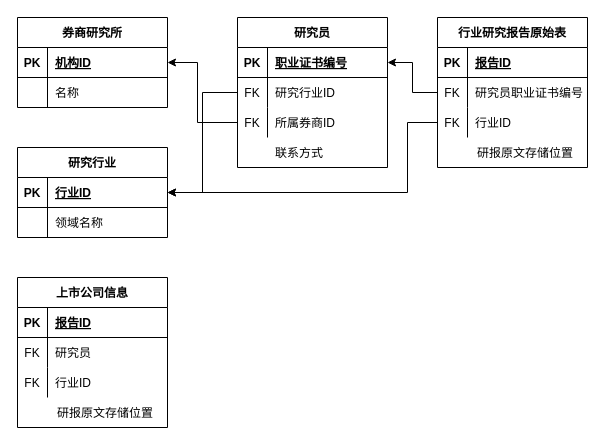
Before: tupian/Silver层表结构设计.drawio in JJFatherL/biyesheji, a draw.io diagram. Source tidied: cells renumbered, new cells numbered last; positions are measured from the earlier drawing's top-left corner, leaving out a move shared by most shapes. Both pictures are drawn from the tidied source at 100%, with x=0, y=0 at pixel (17, 17).
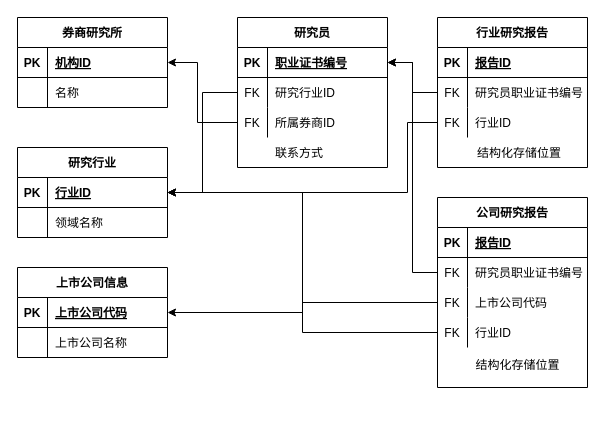
After the change.

Commit message:
更新Silver层表结构设计.drawio

Unchanged cells that the change refers to:
```xml
<mxCell id="11" style="shape=partialRectangle;fillColor=none;top=0;left=0;bottom=1;right=0;points=[[0,0.5],[1,0.5]];portConstraint=eastwest;" parent="10" vertex="1">
  <mxGeometry y="30" width="150" height="30" as="geometry" />
</mxCell>
<mxCell id="19" style="shape=partialRectangle;fillColor=none;top=0;left=0;bottom=1;right=0;points=[[0,0.5],[1,0.5]];portConstraint=eastwest;" parent="18" vertex="1">
  <mxGeometry y="30" width="150" height="30" as="geometry" />
</mxCell>
<mxCell id="31" style="group;" parent="1" vertex="1">
  <mxGeometry x="420" width="160" height="150" as="geometry" />
</mxCell>
<mxCell id="49" style="shape=partialRectangle;fillColor=none;top=0;left=0;bottom=1;right=0;points=[[0,0.5],[1,0.5]];portConstraint=eastwest;" parent="48" vertex="1">
  <mxGeometry y="30" width="150" height="30" as="geometry" />
</mxCell>
<mxCell id="52" style="shape=partialRectangle;fillColor=none;top=0;left=0;bottom=0;right=0;points=[[0,0.5],[1,0.5]];portConstraint=eastwest;" parent="48" vertex="1">
  <mxGeometry y="60" width="150" height="30" as="geometry" />
</mxCell>
```

Change to the diagram source:
```diff
@@
-    <mxCell id="32" value="行业研究报告原始表" style="shape=table;startSize=30;childLayout=tableLayout;rowLines=0;fontStyle=1;align=center;" parent="31" vertex="1">
+    <mxCell id="32" value="行业研究报告" style="shape=table;startSize=30;childLayout=tableLayout;rowLines=0;fontStyle=1;align=center;" parent="31" vertex="1">
       <mxGeometry width="150" height="150" as="geometry" />
     </mxCell>
@@
-    <mxCell id="44" value="研报原文存储位置" style="shape=partialRectangle;fillColor=none;top=0;left=0;bottom=0;right=0;align=left;spacingLeft=6;overflow=hidden;" parent="31" vertex="1">
-      <mxGeometry x="32" y="120" width="128" height="30" as="geometry" />
+    <mxCell id="44" value="结构化存储位置" style="shape=partialRectangle;fillColor=none;top=0;left=0;bottom=0;right=0;align=left;spacingLeft=6;overflow=hidden;" parent="31" vertex="1">
+      <mxGeometry x="32" y="120" width="108" height="30" as="geometry" />
     </mxCell>
@@
     <mxCell id="47" style="group;" parent="1" vertex="1">
-      <mxGeometry y="260" width="160" height="150" as="geometry" />
+      <mxGeometry y="250" width="160" height="150" as="geometry" />
     </mxCell>
     <mxCell id="48" value="上市公司信息" style="shape=table;startSize=30;childLayout=tableLayout;rowLines=0;fontStyle=1;align=center;" parent="47" vertex="1">
-      <mxGeometry width="150" height="150" as="geometry" />
+      <mxGeometry width="150" height="90" as="geometry" />
     </mxCell>
@@
-    <mxCell id="51" value="报告ID" style="shape=partialRectangle;fillColor=none;top=0;left=0;bottom=0;right=0;align=left;spacingLeft=6;fontStyle=5;overflow=hidden;" parent="49" vertex="1">
+    <mxCell id="51" value="上市公司代码" style="shape=partialRectangle;fillColor=none;top=0;left=0;bottom=0;right=0;align=left;spacingLeft=6;fontStyle=5;overflow=hidden;" parent="49" vertex="1">
       <mxGeometry x="30" width="120" height="30" as="geometry" />
     </mxCell>
@@
-    <mxCell id="53" value="FK" style="shape=partialRectangle;fillColor=none;top=0;left=0;bottom=0;right=0;overflow=hidden;" parent="52" vertex="1">
+    <mxCell id="53" style="shape=partialRectangle;fillColor=none;top=0;left=0;bottom=0;right=0;overflow=hidden;" parent="52" vertex="1">
       <mxGeometry width="30" height="30" as="geometry" />
     </mxCell>
-    <mxCell id="54" value="研究员" style="shape=partialRectangle;fillColor=none;top=0;left=0;bottom=0;right=0;align=left;spacingLeft=6;overflow=hidden;" parent="52" vertex="1">
+    <mxCell id="54" value="上市公司名称" style="shape=partialRectangle;fillColor=none;top=0;left=0;bottom=0;right=0;align=left;spacingLeft=6;overflow=hidden;" parent="52" vertex="1">
       <mxGeometry x="30" width="120" height="30" as="geometry" />
     </mxCell>
-    <mxCell id="55" style="shape=partialRectangle;fillColor=none;top=0;left=0;bottom=0;right=0;points=[[0,0.5],[1,0.5]];portConstraint=eastwest;" parent="48" vertex="1">
-      <mxGeometry y="90" width="150" height="30" as="geometry" />
-    </mxCell>
-    <mxCell id="56" value="FK" style="shape=partialRectangle;fillColor=none;top=0;left=0;bottom=0;right=0;overflow=hidden;" parent="55" vertex="1">
-      <mxGeometry width="30" height="30" as="geometry" />
-    </mxCell>
-    <mxCell id="57" value="行业ID" style="shape=partialRectangle;fillColor=none;top=0;left=0;bottom=0;right=0;align=left;spacingLeft=6;overflow=hidden;" parent="55" vertex="1">
-      <mxGeometry x="30" width="120" height="30" as="geometry" />
-    </mxCell>
@@
-    <mxCell id="60" value="研报原文存储位置" style="shape=partialRectangle;fillColor=none;top=0;left=0;bottom=0;right=0;align=left;spacingLeft=6;overflow=hidden;" parent="47" vertex="1">
-      <mxGeometry x="32" y="120" width="128" height="30" as="geometry" />
-    </mxCell>
+    <mxCell id="61" style="edgeStyle=orthogonalEdgeStyle;rounded=0;jettySize=auto;html=1;exitX=0;exitY=0.5;exitDx=0;exitDy=0;entryX=1;entryY=0.5;entryDx=0;entryDy=0;" parent="1" edge="1" source="67" target="19">
+      <mxGeometry relative="1" as="geometry" />
+    </mxCell>
+    <mxCell id="62" style="group;" parent="1" vertex="1">
+      <mxGeometry x="420" y="180" width="150" height="200" as="geometry" />
+    </mxCell>
+    <mxCell id="63" value="公司研究报告" style="shape=table;startSize=30;childLayout=tableLayout;rowLines=0;fontStyle=1;align=center;" parent="62" vertex="1">
+      <mxGeometry width="150" height="190" as="geometry" />
+    </mxCell>
+    <mxCell id="64" style="shape=partialRectangle;fillColor=none;top=0;left=0;bottom=1;right=0;" parent="63" vertex="1">
+      <mxGeometry y="30" width="150" height="30" as="geometry" />
+    </mxCell>
+    <mxCell id="65" value="PK" style="shape=partialRectangle;fillColor=none;top=0;left=0;bottom=0;right=0;fontStyle=1;overflow=hidden;" parent="64" vertex="1">
+      <mxGeometry width="30" height="30" as="geometry" />
+    </mxCell>
+    <mxCell id="66" value="报告ID" style="shape=partialRectangle;fillColor=none;top=0;left=0;bottom=0;right=0;align=left;spacingLeft=6;fontStyle=5;overflow=hidden;" parent="64" vertex="1">
+      <mxGeometry x="30" width="120" height="30" as="geometry" />
+    </mxCell>
+    <mxCell id="67" style="shape=partialRectangle;fillColor=none;top=0;left=0;bottom=0;right=0;points=[[0,0.5],[1,0.5]];portConstraint=eastwest;" parent="63" vertex="1">
+      <mxGeometry y="60" width="150" height="30" as="geometry" />
+    </mxCell>
+    <mxCell id="68" value="FK" style="shape=partialRectangle;fillColor=none;top=0;left=0;bottom=0;right=0;overflow=hidden;" parent="67" vertex="1">
+      <mxGeometry width="30" height="30" as="geometry" />
+    </mxCell>
+    <mxCell id="69" value="研究员职业证书编号" style="shape=partialRectangle;fillColor=none;top=0;left=0;bottom=0;right=0;align=left;spacingLeft=6;overflow=hidden;" parent="67" vertex="1">
+      <mxGeometry x="30" width="120" height="30" as="geometry" />
+    </mxCell>
+    <mxCell id="55" style="shape=partialRectangle;fillColor=none;top=0;left=0;bottom=0;right=0;points=[[0,0.5],[1,0.5]];portConstraint=eastwest;" parent="63" vertex="1">
+      <mxGeometry y="90" width="150" height="30" as="geometry" />
+    </mxCell>
+    <mxCell id="70" value="FK" style="shape=partialRectangle;fillColor=none;top=0;left=0;bottom=0;right=0;overflow=hidden;" parent="55" vertex="1">
+      <mxGeometry width="30" height="30" as="geometry" />
+    </mxCell>
+    <mxCell id="71" value="上市公司代码" style="shape=partialRectangle;fillColor=none;top=0;left=0;bottom=0;right=0;align=left;spacingLeft=6;overflow=hidden;" parent="55" vertex="1">
+      <mxGeometry x="30" width="120" height="30" as="geometry" />
+    </mxCell>
+    <mxCell id="72" style="shape=partialRectangle;fillColor=none;top=0;left=0;bottom=0;right=0;points=[[0,0.5],[1,0.5]];portConstraint=eastwest;" parent="63" vertex="1">
+      <mxGeometry y="120" width="150" height="30" as="geometry" />
+    </mxCell>
+    <mxCell id="73" value="FK" style="shape=partialRectangle;fillColor=none;top=0;left=0;bottom=0;right=0;overflow=hidden;" parent="72" vertex="1">
+      <mxGeometry width="30" height="30" as="geometry" />
+    </mxCell>
+    <mxCell id="57" value="行业ID" style="shape=partialRectangle;fillColor=none;top=0;left=0;bottom=0;right=0;align=left;spacingLeft=6;overflow=hidden;" parent="72" vertex="1">
+      <mxGeometry x="30" width="120" height="30" as="geometry" />
+    </mxCell>
+    <mxCell id="74" value="结构化存储位置" style="text;html=1;align=center;verticalAlign=middle;" parent="62" vertex="1">
+      <mxGeometry x="30" y="157.9" width="100" height="20" as="geometry" />
+    </mxCell>
+    <mxCell id="75" style="edgeStyle=orthogonalEdgeStyle;rounded=0;jettySize=auto;html=1;exitX=0;exitY=0.5;exitDx=0;exitDy=0;" parent="1" edge="1" source="55" target="49">
+      <mxGeometry relative="1" as="geometry" />
+    </mxCell>
+    <mxCell id="76" style="edgeStyle=orthogonalEdgeStyle;rounded=0;jettySize=auto;html=1;exitX=0;exitY=0.5;exitDx=0;exitDy=0;entryX=1;entryY=0.5;entryDx=0;entryDy=0;" parent="1" edge="1" source="72" target="11">
+      <mxGeometry relative="1" as="geometry" />
+    </mxCell>
```
